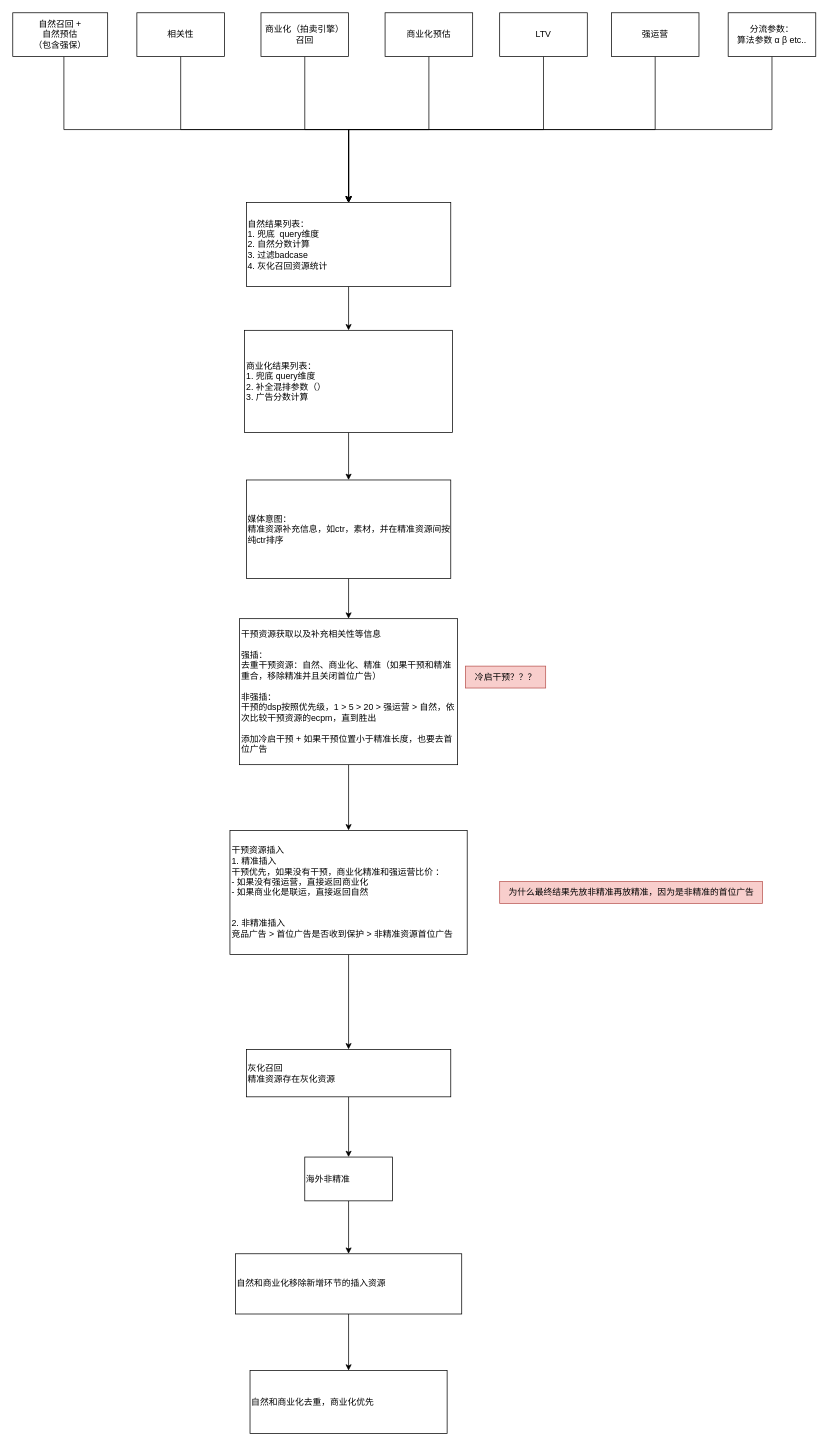
Before: 搜索混排.drawio in ETHAN0430/draw.io.repo, a draw.io diagram. Source tidied: cells renumbered, new cells numbered last; positions are measured from the earlier drawing's top-left corner, leaving out a move shared by most shapes. Both pictures are drawn from the tidied source at 73%, with x=0, y=0 at pixel (12, 12).
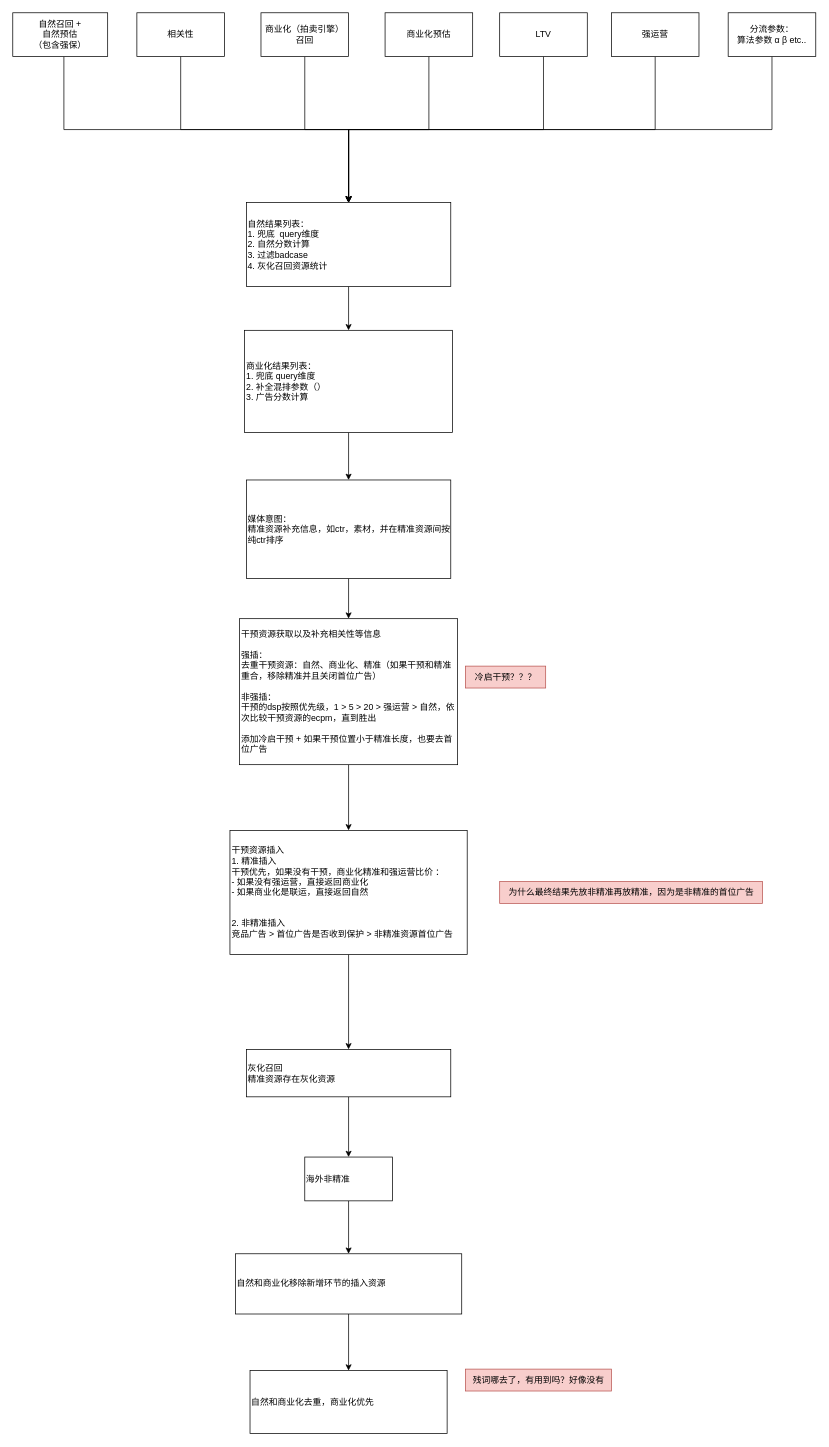
Above is the later version.

Commit message:
更新搜索混排.drawio

The edit, as a diff of the source:
```diff
@@
+    <mxCell id="35" value="残词哪去了，有用到吗？好像没有" style="text;html=1;align=center;verticalAlign=middle;strokeColor=#b85450;fillColor=#f8cecc;" parent="1" vertex="1">
+      <mxGeometry x="620" y="1858" width="200" height="30" as="geometry" />
+    </mxCell>
```
